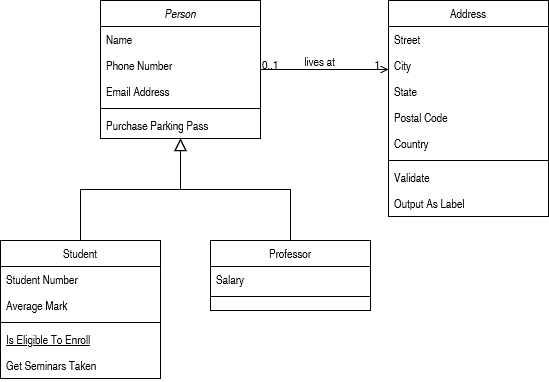
Before: UMLDiagram.png, a diagram exported from draw.io (vbard1/mini-projet-2). Source tidied: cells renumbered, new cells last; positions are measured from the earlier drawing's top-left corner, leaving out a move shared by most shapes.
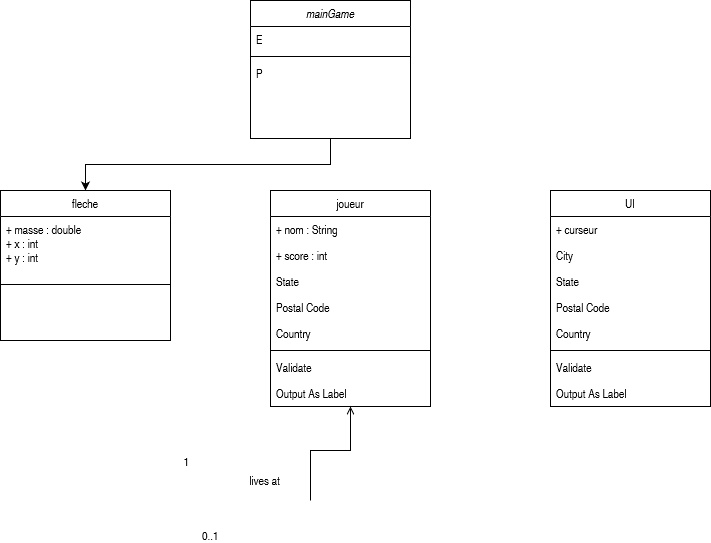
After the change.

What changed in the source:
```diff
@@ -2,64 +2,37 @@
   <root>
     <mxCell id="0" />
     <mxCell id="1" parent="0" />
+    <mxCell id="32" style="edgeStyle=orthogonalEdgeStyle;rounded=0;jettySize=auto;html=1;exitX=0.5;exitY=1;exitDx=0;exitDy=0;entryX=0.5;entryY=0;entryDx=0;entryDy=0;" parent="1" edge="1" source="2" target="8">
+      <mxGeometry relative="1" as="geometry" />
+    </mxCell>
-    <mxCell id="2" value="Person" style="swimlane;fontStyle=2;align=center;verticalAlign=top;horizontal=1;startSize=26;rounded=0;shadow=0;strokeWidth=1;" parent="1" vertex="1">
-      <mxGeometry x="100" width="160" height="138" as="geometry" />
+    <mxCell id="2" value="mainGame" style="swimlane;fontStyle=2;align=center;verticalAlign=top;horizontal=1;startSize=26;rounded=0;shadow=0;strokeWidth=1;" parent="1" vertex="1">
+      <mxGeometry x="200" y="-110" width="160" height="138" as="geometry" />
     </mxCell>
-    <mxCell id="3" value="Name" style="text;align=left;verticalAlign=top;spacingLeft=4;spacingRight=4;overflow=hidden;" parent="2" vertex="1">
-      <mxGeometry y="26" width="160" height="26" as="geometry" />
-    </mxCell>
-    <mxCell id="4" value="Phone Number" style="text;align=left;verticalAlign=top;spacingLeft=4;spacingRight=4;overflow=hidden;rounded=0;shadow=0;html=0;" parent="2" vertex="1">
-      <mxGeometry y="52" width="160" height="26" as="geometry" />
-    </mxCell>
-    <mxCell id="5" value="Email Address" style="text;align=left;verticalAlign=top;spacingLeft=4;spacingRight=4;overflow=hidden;rounded=0;shadow=0;html=0;" parent="2" vertex="1">
-      <mxGeometry y="78" width="160" height="26" as="geometry" />
+    <mxCell id="5" value="E" style="text;align=left;verticalAlign=top;spacingLeft=4;spacingRight=4;overflow=hidden;rounded=0;shadow=0;html=0;" parent="2" vertex="1">
+      <mxGeometry y="26" width="160" height="26" as="geometry" />
     </mxCell>
     <mxCell id="6" style="line;html=1;strokeWidth=1;align=left;verticalAlign=middle;spacingTop=-1;spacingLeft=3;spacingRight=3;labelPosition=right;" parent="2" vertex="1">
-      <mxGeometry y="104" width="160" height="8" as="geometry" />
+      <mxGeometry y="52" width="160" height="8" as="geometry" />
     </mxCell>
-    <mxCell id="7" value="Purchase Parking Pass" style="text;align=left;verticalAlign=top;spacingLeft=4;spacingRight=4;overflow=hidden;" parent="2" vertex="1">
-      <mxGeometry y="112" width="160" height="26" as="geometry" />
+    <mxCell id="7" value="P" style="text;align=left;verticalAlign=top;spacingLeft=4;spacingRight=4;overflow=hidden;" parent="2" vertex="1">
+      <mxGeometry y="60" width="160" height="26" as="geometry" />
     </mxCell>
-    <mxCell id="8" value="Student" style="swimlane;fontStyle=0;align=center;verticalAlign=top;horizontal=1;startSize=26;rounded=0;shadow=0;strokeWidth=1;" parent="1" vertex="1">
-      <mxGeometry y="240" width="160" height="138" as="geometry" />
+    <mxCell id="8" value="fleche" style="swimlane;fontStyle=0;align=center;verticalAlign=top;horizontal=1;startSize=26;rounded=0;shadow=0;strokeWidth=1;" parent="1" vertex="1">
+      <mxGeometry x="-50" y="80" width="170" height="150" as="geometry" />
     </mxCell>
-    <mxCell id="9" value="Student Number" style="text;align=left;verticalAlign=top;spacingLeft=4;spacingRight=4;overflow=hidden;" parent="8" vertex="1">
-      <mxGeometry y="26" width="160" height="26" as="geometry" />
+    <mxCell id="9" value="+ masse : double&#10;+ x : int&#10;+ y : int&#10;&#10;&#10;" style="text;align=left;verticalAlign=top;spacingLeft=4;spacingRight=4;overflow=hidden;" parent="8" vertex="1">
+      <mxGeometry y="26" width="170" height="64" as="geometry" />
     </mxCell>
-    <mxCell id="10" value="Average Mark" style="text;align=left;verticalAlign=top;spacingLeft=4;spacingRight=4;overflow=hidden;rounded=0;shadow=0;html=0;" parent="8" vertex="1">
-      <mxGeometry y="52" width="160" height="26" as="geometry" />
-    </mxCell>
     <mxCell id="11" style="line;html=1;strokeWidth=1;align=left;verticalAlign=middle;spacingTop=-1;spacingLeft=3;spacingRight=3;labelPosition=right;" parent="8" vertex="1">
-      <mxGeometry y="78" width="160" height="8" as="geometry" />
+      <mxGeometry y="90" width="170" height="8" as="geometry" />
     </mxCell>
-    <mxCell id="12" value="Is Eligible To Enroll" style="text;align=left;verticalAlign=top;spacingLeft=4;spacingRight=4;overflow=hidden;fontStyle=4;" parent="8" vertex="1">
-      <mxGeometry y="86" width="160" height="26" as="geometry" />
-    </mxCell>
-    <mxCell id="13" value="Get Seminars Taken" style="text;align=left;verticalAlign=top;spacingLeft=4;spacingRight=4;overflow=hidden;" parent="8" vertex="1">
-      <mxGeometry y="112" width="160" height="26" as="geometry" />
-    </mxCell>
-    <mxCell id="14" style="endArrow=block;endSize=10;endFill=0;shadow=0;strokeWidth=1;rounded=0;edgeStyle=elbowEdgeStyle;elbow=vertical;" parent="1" edge="1" source="8" target="2">
-      <mxGeometry relative="1" as="geometry" />
-    </mxCell>
-    <mxCell id="15" value="Professor" style="swimlane;fontStyle=0;align=center;verticalAlign=top;horizontal=1;startSize=26;rounded=0;shadow=0;strokeWidth=1;" parent="1" vertex="1">
-      <mxGeometry x="210" y="240" width="160" height="70" as="geometry" />
-    </mxCell>
-    <mxCell id="16" value="Salary" style="text;align=left;verticalAlign=top;spacingLeft=4;spacingRight=4;overflow=hidden;" parent="15" vertex="1">
-      <mxGeometry y="26" width="160" height="26" as="geometry" />
-    </mxCell>
-    <mxCell id="17" style="line;html=1;strokeWidth=1;align=left;verticalAlign=middle;spacingTop=-1;spacingLeft=3;spacingRight=3;labelPosition=right;" parent="15" vertex="1">
-      <mxGeometry y="52" width="160" height="8" as="geometry" />
-    </mxCell>
-    <mxCell id="18" style="endArrow=block;endSize=10;endFill=0;shadow=0;strokeWidth=1;rounded=0;edgeStyle=elbowEdgeStyle;elbow=vertical;" parent="1" edge="1" source="15" target="2">
-      <mxGeometry relative="1" as="geometry" />
-    </mxCell>
-    <mxCell id="19" value="Address" style="swimlane;fontStyle=0;align=center;verticalAlign=top;horizontal=1;startSize=26;rounded=0;shadow=0;strokeWidth=1;" parent="1" vertex="1">
-      <mxGeometry x="388" width="160" height="216" as="geometry" />
+    <mxCell id="19" value="joueur" style="swimlane;fontStyle=0;align=center;verticalAlign=top;horizontal=1;startSize=26;rounded=0;shadow=0;strokeWidth=1;" parent="1" vertex="1">
+      <mxGeometry x="220" y="80" width="160" height="216" as="geometry" />
     </mxCell>
-    <mxCell id="20" value="Street" style="text;align=left;verticalAlign=top;spacingLeft=4;spacingRight=4;overflow=hidden;" parent="19" vertex="1">
+    <mxCell id="20" value="+ nom : String" style="text;align=left;verticalAlign=top;spacingLeft=4;spacingRight=4;overflow=hidden;" parent="19" vertex="1">
       <mxGeometry y="26" width="160" height="26" as="geometry" />
     </mxCell>
-    <mxCell id="21" value="City" style="text;align=left;verticalAlign=top;spacingLeft=4;spacingRight=4;overflow=hidden;rounded=0;shadow=0;html=0;" parent="19" vertex="1">
+    <mxCell id="21" value="+ score : int" style="text;align=left;verticalAlign=top;spacingLeft=4;spacingRight=4;overflow=hidden;rounded=0;shadow=0;html=0;" parent="19" vertex="1">
       <mxGeometry y="52" width="160" height="26" as="geometry" />
     </mxCell>
     <mxCell id="22" value="State" style="text;align=left;verticalAlign=top;spacingLeft=4;spacingRight=4;overflow=hidden;rounded=0;shadow=0;html=0;" parent="19" vertex="1">
@@ -80,19 +53,26 @@
     <mxCell id="27" value="Output As Label" style="text;align=left;verticalAlign=top;spacingLeft=4;spacingRight=4;overflow=hidden;" parent="19" vertex="1">
       <mxGeometry y="190" width="160" height="26" as="geometry" />
     </mxCell>
-    <mxCell id="28" style="endArrow=open;shadow=0;strokeWidth=1;rounded=0;endFill=1;edgeStyle=elbowEdgeStyle;elbow=vertical;" parent="1" edge="1" source="2" target="19">
+    <mxCell id="28" style="endArrow=open;shadow=0;strokeWidth=1;rounded=0;endFill=1;edgeStyle=elbowEdgeStyle;elbow=vertical;" parent="1" edge="1" target="19">
       <mxGeometry x="0.5" y="41" relative="1" as="geometry">
+        <mxPoint x="260" y="390" as="sourcePoint" />
+        <Array as="points">
+          <mxPoint x="400" y="340" />
+          <mxPoint x="470" y="390" />
+          <mxPoint x="290" y="370" />
+          <mxPoint x="350" y="340" />
+        </Array>
         <mxPoint x="-40" y="32" as="offset" />
       </mxGeometry>
     </mxCell>
     <mxCell id="29" value="0..1" style="align=left;verticalAlign=bottom;labelBackgroundColor=none;fontSize=12;" parent="28" vertex="1">
       <mxGeometry x="-1" relative="1" as="geometry">
-        <mxPoint y="4" as="offset" />
+        <mxPoint x="-110" y="44" as="offset" />
       </mxGeometry>
     </mxCell>
     <mxCell id="30" value="1" style="align=right;verticalAlign=bottom;labelBackgroundColor=none;fontSize=12;" parent="28" vertex="1">
       <mxGeometry x="1" relative="1" as="geometry">
-        <mxPoint x="-7" y="4" as="offset" />
+        <mxPoint x="-160" y="64" as="offset" />
       </mxGeometry>
     </mxCell>
     <mxCell id="31" value="lives at" style="text;html=1;align=center;verticalAlign=middle;labelBackgroundColor=none;rounded=0;shadow=0;strokeWidth=1;fontSize=12;" parent="28" vertex="1">
@@ -100,5 +80,32 @@
         <mxPoint x="-38" y="40" as="offset" />
       </mxGeometry>
     </mxCell>
+    <mxCell id="33" value="UI" style="swimlane;fontStyle=0;align=center;verticalAlign=top;horizontal=1;startSize=26;rounded=0;shadow=0;strokeWidth=1;" parent="1" vertex="1">
+      <mxGeometry x="500" y="80" width="160" height="216" as="geometry" />
+    </mxCell>
+    <mxCell id="34" value="+ curseur" style="text;align=left;verticalAlign=top;spacingLeft=4;spacingRight=4;overflow=hidden;" parent="33" vertex="1">
+      <mxGeometry y="26" width="160" height="26" as="geometry" />
+    </mxCell>
+    <mxCell id="35" value="City" style="text;align=left;verticalAlign=top;spacingLeft=4;spacingRight=4;overflow=hidden;rounded=0;shadow=0;html=0;" parent="33" vertex="1">
+      <mxGeometry y="52" width="160" height="26" as="geometry" />
+    </mxCell>
+    <mxCell id="36" value="State" style="text;align=left;verticalAlign=top;spacingLeft=4;spacingRight=4;overflow=hidden;rounded=0;shadow=0;html=0;" parent="33" vertex="1">
+      <mxGeometry y="78" width="160" height="26" as="geometry" />
+    </mxCell>
+    <mxCell id="37" value="Postal Code" style="text;align=left;verticalAlign=top;spacingLeft=4;spacingRight=4;overflow=hidden;rounded=0;shadow=0;html=0;" parent="33" vertex="1">
+      <mxGeometry y="104" width="160" height="26" as="geometry" />
+    </mxCell>
+    <mxCell id="38" value="Country" style="text;align=left;verticalAlign=top;spacingLeft=4;spacingRight=4;overflow=hidden;rounded=0;shadow=0;html=0;" parent="33" vertex="1">
+      <mxGeometry y="130" width="160" height="26" as="geometry" />
+    </mxCell>
+    <mxCell id="39" style="line;html=1;strokeWidth=1;align=left;verticalAlign=middle;spacingTop=-1;spacingLeft=3;spacingRight=3;labelPosition=right;" parent="33" vertex="1">
+      <mxGeometry y="156" width="160" height="8" as="geometry" />
+    </mxCell>
+    <mxCell id="40" value="Validate" style="text;align=left;verticalAlign=top;spacingLeft=4;spacingRight=4;overflow=hidden;" parent="33" vertex="1">
+      <mxGeometry y="164" width="160" height="26" as="geometry" />
+    </mxCell>
+    <mxCell id="41" value="Output As Label" style="text;align=left;verticalAlign=top;spacingLeft=4;spacingRight=4;overflow=hidden;" parent="33" vertex="1">
+      <mxGeometry y="190" width="160" height="26" as="geometry" />
+    </mxCell>
   </root>
 </mxGraphModel>
```
